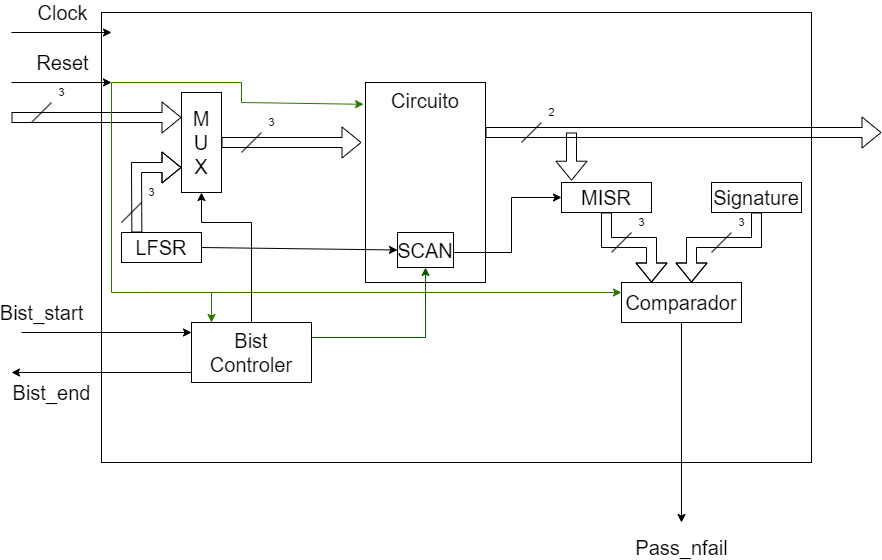
The draw.io diagram Projeto2/Diagramapng.png in victor-macedo/PTFSE, before a commit. Source tidied: cells renumbered, new cells last; positions are measured from the earlier drawing's top-left corner, leaving out a move shared by most shapes.
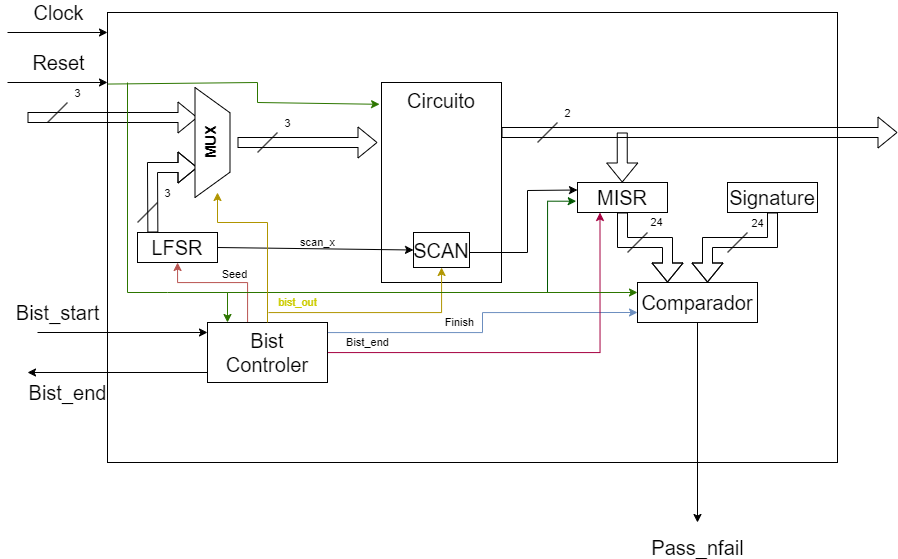
The same diagram one commit later.

Commit message:
Adicionado Seed

Change to the diagram source:
```diff
@@ -3,18 +3,18 @@
     <mxCell id="0" />
     <mxCell id="1" parent="0" />
     <mxCell id="2" style="rounded=0;whiteSpace=wrap;html=1;" parent="1" vertex="1">
-      <mxGeometry x="90" width="710" height="450" as="geometry" />
+      <mxGeometry x="80" width="730" height="450" as="geometry" />
     </mxCell>
     <mxCell id="3" value="&lt;font style=&quot;font-size: 20px;&quot;&gt;Clock&lt;/font&gt;" style="endArrow=classic;html=1;rounded=0;" parent="1" edge="1">
       <mxGeometry y="20" relative="1" as="geometry">
-        <mxPoint y="20" as="sourcePoint" />
-        <mxPoint x="100" y="20" as="targetPoint" />
+        <mxPoint x="-20" y="20" as="sourcePoint" />
+        <mxPoint x="80" y="20" as="targetPoint" />
       </mxGeometry>
     </mxCell>
     <mxCell id="4" value="&lt;font style=&quot;font-size: 20px;&quot;&gt;Reset&lt;/font&gt;" style="endArrow=classic;html=1;rounded=0;" parent="1" edge="1">
       <mxGeometry y="20" relative="1" as="geometry">
-        <mxPoint y="70" as="sourcePoint" />
-        <mxPoint x="100" y="70" as="targetPoint" />
+        <mxPoint x="-20" y="70" as="sourcePoint" />
+        <mxPoint x="80" y="70" as="targetPoint" />
       </mxGeometry>
     </mxCell>
     <mxCell id="5" value="&lt;span style=&quot;font-size: 20px;&quot;&gt;Bist_start&lt;/span&gt;" style="endArrow=classic;html=1;rounded=0;labelBackgroundColor=none;" parent="1" edge="1">
@@ -29,66 +29,105 @@
         <mxPoint y="360" as="targetPoint" />
       </mxGeometry>
     </mxCell>
+    <mxCell id="36" style="edgeStyle=orthogonalEdgeStyle;rounded=0;jettySize=auto;html=1;fillColor=#f8cecc;strokeColor=#b85450;" parent="1" edge="1" source="7" target="10">
+      <mxGeometry relative="1" as="geometry">
+        <Array as="points">
+          <mxPoint x="220" y="270" />
+          <mxPoint x="150" y="270" />
+        </Array>
+      </mxGeometry>
+    </mxCell>
+    <mxCell id="37" value="Seed" style="edgeLabel;html=1;align=center;verticalAlign=middle;" parent="36" vertex="1">
+      <mxGeometry x="-0.17" y="1" relative="1" as="geometry">
+        <mxPoint y="-10" as="offset" />
+      </mxGeometry>
+    </mxCell>
+    <mxCell id="38" value="Finish" style="edgeStyle=orthogonalEdgeStyle;rounded=0;jettySize=auto;html=1;entryX=0;entryY=0.75;entryDx=0;entryDy=0;fillColor=#dae8fc;strokeColor=#6c8ebf;" parent="1" edge="1" source="7" target="24">
+      <mxGeometry x="-0.2" y="10" relative="1" as="geometry">
+        <Array as="points">
+          <mxPoint x="455" y="320" />
+          <mxPoint x="455" y="300" />
+        </Array>
+      </mxGeometry>
+    </mxCell>
+    <mxCell id="39" value="Bist_end" style="edgeStyle=orthogonalEdgeStyle;rounded=0;jettySize=auto;html=1;entryX=0.25;entryY=1;entryDx=0;entryDy=0;fillColor=#d80073;strokeColor=#A50040;" parent="1" edge="1" source="7" target="19">
+      <mxGeometry x="-0.81" y="10" relative="1" as="geometry" />
+    </mxCell>
     <mxCell id="7" value="&lt;font style=&quot;font-size: 20px;&quot;&gt;Bist&lt;br&gt;Controler&lt;/font&gt;" style="rounded=0;whiteSpace=wrap;html=1;" parent="1" vertex="1">
       <mxGeometry x="180" y="310" width="120" height="60" as="geometry" />
     </mxCell>
-    <mxCell id="8" value="&lt;font style=&quot;font-size: 20px;&quot;&gt;M&lt;br&gt;U&lt;br&gt;X&lt;/font&gt;" style="rounded=0;whiteSpace=wrap;html=1;" parent="1" vertex="1">
-      <mxGeometry x="170" y="80" width="40" height="100" as="geometry" />
-    </mxCell>
     <mxCell id="9" value="Circuito" style="rounded=0;whiteSpace=wrap;html=1;fontSize=20;verticalAlign=top;" parent="1" vertex="1">
       <mxGeometry x="354" y="70" width="120" height="200" as="geometry" />
     </mxCell>
     <mxCell id="10" value="&lt;font style=&quot;font-size: 20px;&quot;&gt;LFSR&lt;/font&gt;" style="rounded=0;whiteSpace=wrap;html=1;" parent="1" vertex="1">
       <mxGeometry x="110" y="220" width="80" height="30" as="geometry" />
     </mxCell>
-    <mxCell id="11" style="shape=flexArrow;endArrow=classic;html=1;rounded=0;entryX=0;entryY=0.75;entryDx=0;entryDy=0;exitX=0.192;exitY=0;exitDx=0;exitDy=0;exitPerimeter=0;" parent="1" edge="1" source="10" target="8">
+    <mxCell id="11" style="shape=flexArrow;endArrow=classic;html=1;rounded=0;entryX=0;entryY=0.75;entryDx=0;entryDy=0;exitX=0.192;exitY=0;exitDx=0;exitDy=0;exitPerimeter=0;" parent="1" edge="1" source="10">
       <mxGeometry relative="1" as="geometry">
+        <mxPoint x="170" y="155" as="targetPoint" />
         <Array as="points">
           <mxPoint x="125" y="155" />
         </Array>
       </mxGeometry>
     </mxCell>
-    <mxCell id="12" style="shape=flexArrow;endArrow=classic;html=1;rounded=0;entryX=0;entryY=0.25;entryDx=0;entryDy=0;" parent="1" edge="1" target="8">
+    <mxCell id="12" style="shape=flexArrow;endArrow=classic;html=1;rounded=0;entryX=0;entryY=0.25;entryDx=0;entryDy=0;" parent="1" edge="1">
       <mxGeometry relative="1" as="geometry">
         <mxPoint y="105" as="sourcePoint" />
+        <mxPoint x="170" y="105" as="targetPoint" />
       </mxGeometry>
     </mxCell>
-    <mxCell id="13" style="edgeStyle=orthogonalEdgeStyle;rounded=0;jettySize=auto;html=1;entryX=0.5;entryY=1;entryDx=0;entryDy=0;fillColor=#008a00;strokeColor=#005700;exitX=1;exitY=0.25;exitDx=0;exitDy=0;" parent="1" edge="1" source="7" target="15">
-      <mxGeometry x="-0.7" y="20" relative="1" as="geometry" />
-    </mxCell>
-    <mxCell id="14" style="shape=flexArrow;endArrow=classic;html=1;rounded=0;exitX=1;exitY=0.5;exitDx=0;exitDy=0;" parent="1" edge="1" source="8">
+    <mxCell id="14" style="shape=flexArrow;endArrow=classic;html=1;rounded=0;exitX=1;exitY=0.5;exitDx=0;exitDy=0;" parent="1" edge="1">
       <mxGeometry relative="1" as="geometry">
+        <mxPoint x="210" y="130" as="sourcePoint" />
         <mxPoint x="350" y="130" as="targetPoint" />
       </mxGeometry>
     </mxCell>
+    <mxCell id="40" style="edgeStyle=orthogonalEdgeStyle;rounded=0;jettySize=auto;html=1;endArrow=none;endFill=0;startArrow=classic;startFill=1;fillColor=#e3c800;strokeColor=#B09500;fontColor=#CCCC00;" parent="1" edge="1" source="15">
+      <mxGeometry relative="1" as="geometry">
+        <mxPoint x="241" y="300" as="targetPoint" />
+        <Array as="points">
+          <mxPoint x="414" y="300" />
+          <mxPoint x="241" y="300" />
+        </Array>
+      </mxGeometry>
+    </mxCell>
     <mxCell id="15" value="&lt;font style=&quot;font-size: 20px;&quot;&gt;SCAN&lt;/font&gt;" style="rounded=0;whiteSpace=wrap;html=1;" parent="1" vertex="1">
       <mxGeometry x="386" y="220" width="56" height="35" as="geometry" />
     </mxCell>
-    <mxCell id="16" style="endArrow=classic;html=1;rounded=0;entryX=0;entryY=0.5;entryDx=0;entryDy=0;exitX=1;exitY=0.5;exitDx=0;exitDy=0;" parent="1" edge="1" source="10" target="15">
-      <mxGeometry relative="1" as="geometry" />
+    <mxCell id="16" value="scan_x" style="endArrow=classic;html=1;rounded=0;entryX=0;entryY=0.5;entryDx=0;entryDy=0;exitX=1;exitY=0.5;exitDx=0;exitDy=0;labelBackgroundColor=none;" parent="1" edge="1" source="10" target="15">
+      <mxGeometry x="0.02" y="6" relative="1" as="geometry" />
     </mxCell>
     <mxCell id="17" style="shape=flexArrow;endArrow=classic;html=1;rounded=0;exitX=1;exitY=0.25;exitDx=0;exitDy=0;" parent="1" edge="1" source="9">
       <mxGeometry relative="1" as="geometry">
         <mxPoint x="870" y="120" as="targetPoint" />
       </mxGeometry>
     </mxCell>
-    <mxCell id="18" style="endArrow=classic;html=1;rounded=0;entryX=0;entryY=0.5;entryDx=0;entryDy=0;" parent="1" edge="1" target="19">
+    <mxCell id="18" style="endArrow=classic;html=1;rounded=0;entryX=0;entryY=0.25;entryDx=0;entryDy=0;" parent="1" edge="1" target="19">
       <mxGeometry relative="1" as="geometry">
         <mxPoint x="442" y="240" as="sourcePoint" />
         <Array as="points">
           <mxPoint x="500" y="240" />
-          <mxPoint x="500" y="185" />
+          <mxPoint x="500" y="178" />
         </Array>
       </mxGeometry>
     </mxCell>
+    <mxCell id="41" style="edgeStyle=orthogonalEdgeStyle;rounded=0;jettySize=auto;html=1;exitX=-0.014;exitY=0.624;exitDx=0;exitDy=0;fillColor=#008a00;strokeColor=#005700;startArrow=classic;startFill=1;endArrow=none;endFill=0;exitPerimeter=0;" parent="1" edge="1" source="19">
+      <mxGeometry relative="1" as="geometry">
+        <mxPoint x="520" y="280" as="targetPoint" />
+        <Array as="points">
+          <mxPoint x="520" y="189" />
+        </Array>
+      </mxGeometry>
+    </mxCell>
+    <mxCell id="42" style="edgeStyle=orthogonalEdgeStyle;rounded=0;orthogonalLoop=1;jettySize=auto;html=1;shape=flexArrow;startArrow=block;endArrow=none;endFill=0;" parent="1" edge="1">
+      <mxGeometry relative="1" as="geometry">
+        <mxPoint x="594.8" y="170" as="sourcePoint" />
+        <mxPoint x="594.8" y="120" as="targetPoint" />
+      </mxGeometry>
+    </mxCell>
     <mxCell id="19" value="&lt;font style=&quot;font-size: 20px;&quot;&gt;MISR&lt;/font&gt;" style="rounded=0;whiteSpace=wrap;html=1;" parent="1" vertex="1">
       <mxGeometry x="550" y="170" width="90" height="30" as="geometry" />
     </mxCell>
-    <mxCell id="20" style="shape=flexArrow;endArrow=classic;html=1;rounded=0;entryX=0.111;entryY=-0.059;entryDx=0;entryDy=0;entryPerimeter=0;" parent="1" edge="1" target="19">
-      <mxGeometry relative="1" as="geometry">
-        <mxPoint x="560" y="120" as="sourcePoint" />
-      </mxGeometry>
-    </mxCell>
     <mxCell id="21" value="&lt;font style=&quot;font-size: 20px;&quot;&gt;Signature&lt;/font&gt;" style="rounded=0;whiteSpace=wrap;html=1;" parent="1" vertex="1">
       <mxGeometry x="700" y="170" width="90" height="30" as="geometry" />
     </mxCell>
@@ -119,9 +158,8 @@
         <mxPoint x="-40" y="40" as="offset" />
       </mxGeometry>
     </mxCell>
-    <mxCell id="26" style="endArrow=classic;html=1;rounded=0;entryX=-0.016;entryY=0.109;entryDx=0;entryDy=0;entryPerimeter=0;fillColor=#60a917;strokeColor=#2D7600;" parent="1" edge="1" target="9">
+    <mxCell id="26" style="endArrow=classic;html=1;rounded=0;entryX=-0.016;entryY=0.109;entryDx=0;entryDy=0;entryPerimeter=0;fillColor=#60a917;strokeColor=#2D7600;exitX=0.001;exitY=0.159;exitDx=0;exitDy=0;exitPerimeter=0;" parent="1" edge="1" source="2" target="9">
       <mxGeometry relative="1" as="geometry">
-        <mxPoint x="100" y="70" as="sourcePoint" />
         <Array as="points">
           <mxPoint x="230" y="70" />
           <mxPoint x="230" y="90" />
@@ -148,14 +186,14 @@
         </Array>
       </mxGeometry>
     </mxCell>
-    <mxCell id="29" value="3" style="endArrow=none;html=1;rounded=0;" parent="1" edge="1">
-      <mxGeometry x="1" y="14" relative="1" as="geometry">
+    <mxCell id="29" value="24" style="endArrow=none;html=1;rounded=0;" parent="1" edge="1">
+      <mxGeometry x="1" y="-14" relative="1" as="geometry">
         <mxPoint x="600" y="240" as="sourcePoint" />
         <mxPoint x="620" y="220" as="targetPoint" />
-        <mxPoint x="20" as="offset" />
+        <mxPoint y="-20" as="offset" />
       </mxGeometry>
     </mxCell>
-    <mxCell id="30" value="3" style="endArrow=none;html=1;rounded=0;" parent="1" edge="1">
+    <mxCell id="30" value="24" style="endArrow=none;html=1;rounded=0;" parent="1" edge="1">
       <mxGeometry x="1" y="14" relative="1" as="geometry">
         <mxPoint x="700" y="240" as="sourcePoint" />
         <mxPoint x="720" y="220" as="targetPoint" />
@@ -190,14 +228,18 @@
         <mxPoint x="20" as="offset" />
       </mxGeometry>
     </mxCell>
-    <mxCell id="35" style="endArrow=classic;html=1;rounded=0;entryX=0.5;entryY=1;entryDx=0;entryDy=0;" parent="1" edge="1" target="8">
-      <mxGeometry relative="1" as="geometry">
+    <mxCell id="35" value="bist_out" style="endArrow=classic;html=1;rounded=0;entryX=0.5;entryY=1;entryDx=0;entryDy=0;fillColor=#e3c800;strokeColor=#B09500;fontColor=#CCCC00;" parent="1" edge="1">
+      <mxGeometry x="-0.78" y="-30" relative="1" as="geometry">
         <mxPoint x="240" y="310" as="sourcePoint" />
+        <mxPoint x="190" y="180" as="targetPoint" />
         <Array as="points">
           <mxPoint x="240" y="210" />
           <mxPoint x="190" y="210" />
         </Array>
       </mxGeometry>
     </mxCell>
+    <mxCell id="43" value="&lt;b&gt;&lt;font style=&quot;font-size: 15px;&quot;&gt;MUX&lt;/font&gt;&lt;/b&gt;" style="verticalLabelPosition=middle;verticalAlign=top;shape=trapezoid;perimeter=trapezoidPerimeter;size=0.23;arcSize=10;flipV=1;labelPosition=center;align=center;rotation=-90;spacingBottom=0;html=1;whiteSpace=wrap;direction=east;horizontal=1;" parent="1" vertex="1">
+      <mxGeometry x="130" y="112.5" width="110" height="35" as="geometry" />
+    </mxCell>
   </root>
 </mxGraphModel>
```
